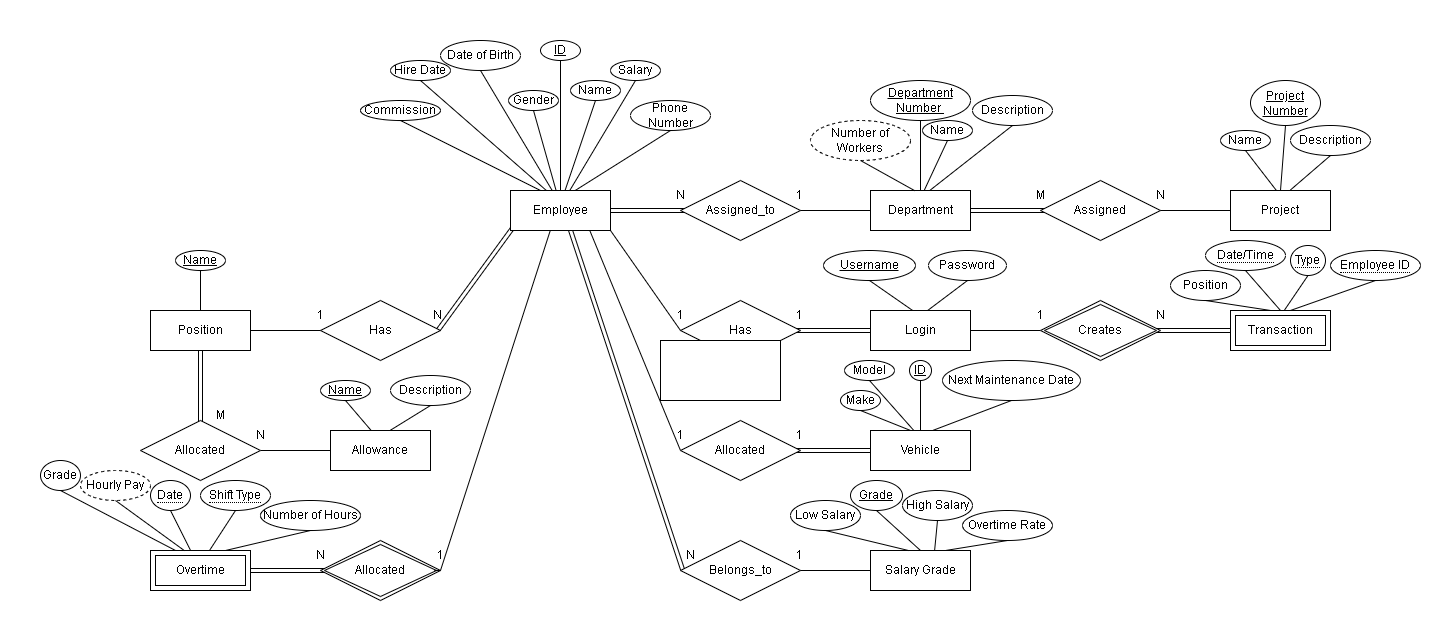
Earlier version of the draw.io export Phase 1/ERD.drawio.png (AhmedElkhashn/DB-project). Source tidied: cells renumbered, new cells last; positions are measured from the earlier drawing's top-left corner, leaving out a move shared by most shapes.
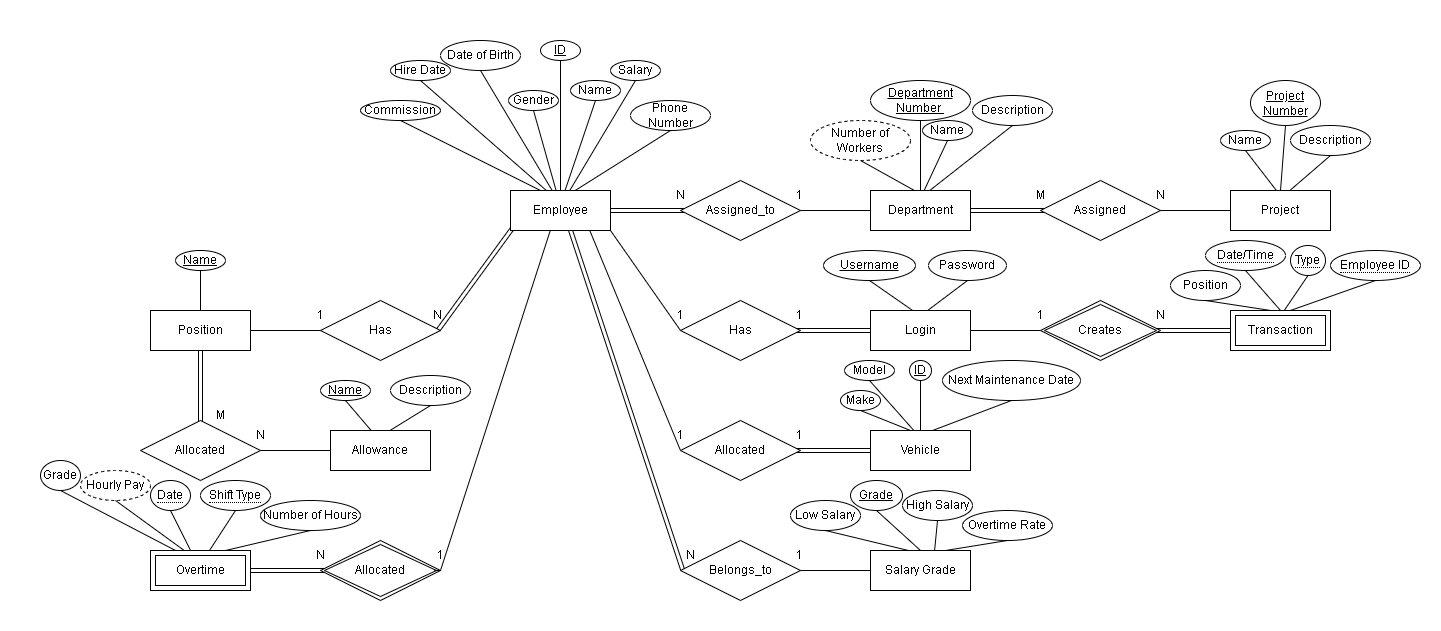
Later version of the same file.

What changed in the source:
```diff
@@ -421,8 +421,5 @@
     <mxCell id="132" style="endArrow=none;html=1;rounded=0;entryX=0.5;entryY=1;entryDx=0;entryDy=0;exitX=0.75;exitY=0;exitDx=0;exitDy=0;" parent="1" edge="1" source="26" target="131">
       <mxGeometry relative="1" as="geometry" />
     </mxCell>
-    <mxCell id="133" style="rounded=0;whiteSpace=wrap;html=1;" parent="1" vertex="1">
-      <mxGeometry x="660" y="340" width="120" height="60" as="geometry" />
-    </mxCell>
   </root>
 </mxGraphModel>
```
